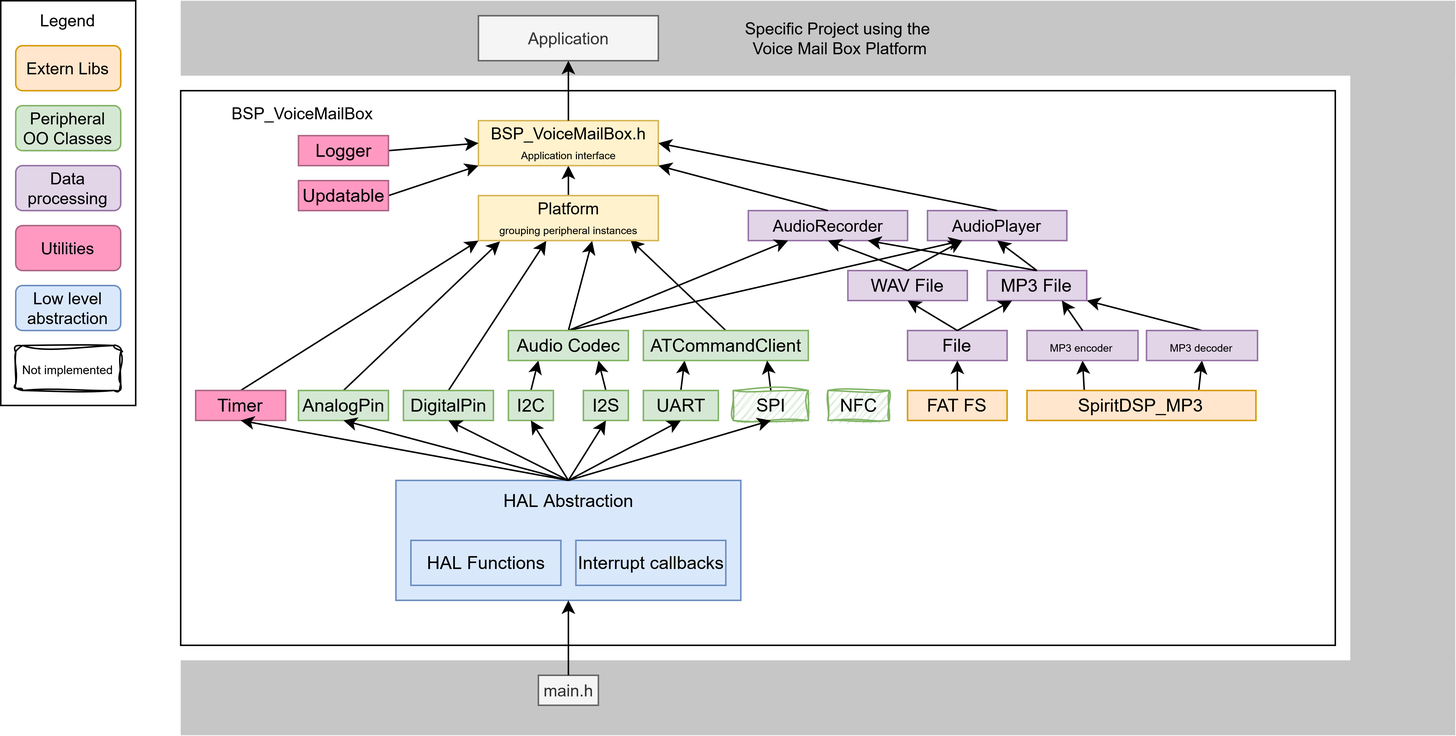
This is Software/BSP_VoiceMailBox/documentation/images/SoftwareStructureOverview.png from KROIA/Voicemail-Box, a draw.io export, as it was before one commit. Source tidied: cells renumbered, new cells last; positions are measured from the earlier drawing's top-left corner, leaving out a move shared by most shapes.
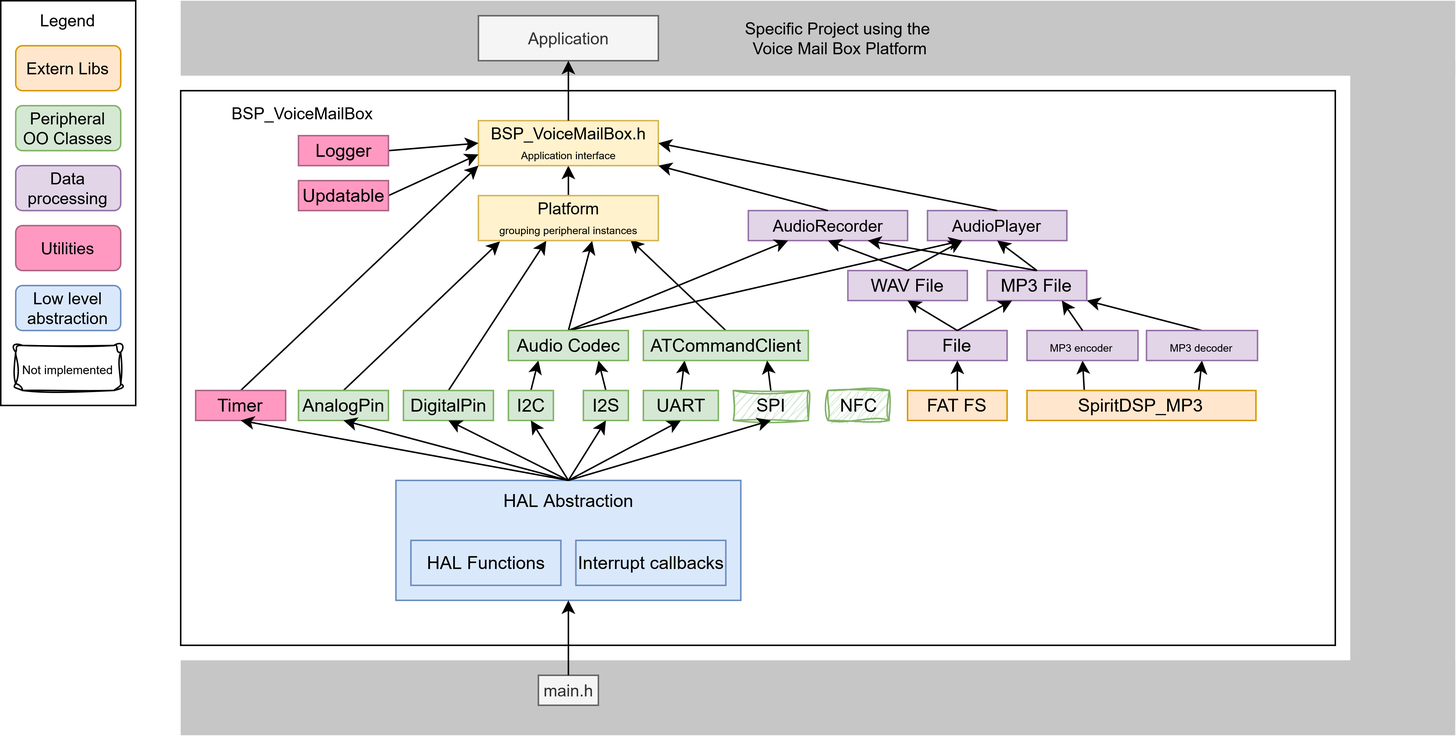
Later version of the same file.

Change to the diagram source:
```diff
@@ -194,13 +194,13 @@
     <mxCell id="65" style="edgeStyle=none;shape=connector;rounded=0;jettySize=auto;html=1;exitX=0.5;exitY=0;exitDx=0;exitDy=0;entryX=1;entryY=0.5;entryDx=0;entryDy=0;strokeColor=default;align=center;verticalAlign=middle;fontFamily=Helvetica;fontSize=11;fontColor=default;labelBackgroundColor=none;endArrow=classic;" parent="9" edge="1" source="24" target="63">
       <mxGeometry relative="1" as="geometry" />
     </mxCell>
-    <mxCell id="66" style="rounded=0;jettySize=auto;html=1;exitX=0.5;exitY=0;exitDx=0;exitDy=0;entryX=0;entryY=1;entryDx=0;entryDy=0;" parent="9" edge="1" source="67" target="62">
-      <mxGeometry relative="1" as="geometry" />
-    </mxCell>
+    <mxCell id="82" style="rounded=0;jettySize=auto;html=1;exitX=0.5;exitY=0;exitDx=0;exitDy=0;entryX=0;entryY=1;entryDx=0;entryDy=0;" parent="9" edge="1" source="67" target="63">
+      <mxGeometry relative="1" as="geometry" />
+    </mxCell>
     <mxCell id="67" value="Timer" style="rounded=0;whiteSpace=wrap;html=1;fillColor=#FF99C1;strokeColor=#AC6785;align=center;verticalAlign=middle;fontFamily=Helvetica;fontSize=12;fontColor=default;" parent="9" vertex="1">
       <mxGeometry x="10" y="200" width="60" height="20" as="geometry" />
     </mxCell>
-    <mxCell id="68" style="edgeStyle=none;shape=connector;rounded=0;jettySize=auto;html=1;exitX=1;exitY=0.5;exitDx=0;exitDy=0;entryX=0;entryY=1;entryDx=0;entryDy=0;strokeColor=default;align=center;verticalAlign=middle;fontFamily=Helvetica;fontSize=11;fontColor=default;labelBackgroundColor=default;endArrow=classic;" parent="9" edge="1" source="69" target="63">
+    <mxCell id="68" style="edgeStyle=none;shape=connector;rounded=0;jettySize=auto;html=1;exitX=1;exitY=0.5;exitDx=0;exitDy=0;entryX=0;entryY=0.75;entryDx=0;entryDy=0;strokeColor=default;align=center;verticalAlign=middle;fontFamily=Helvetica;fontSize=11;fontColor=default;labelBackgroundColor=default;endArrow=classic;" parent="9" edge="1" source="69" target="63">
       <mxGeometry relative="1" as="geometry" />
     </mxCell>
     <mxCell id="69" value="Updatable" style="rounded=0;whiteSpace=wrap;html=1;fillColor=#FF99C1;strokeColor=#AC6785;align=center;verticalAlign=middle;fontFamily=Helvetica;fontSize=12;fontColor=default;" parent="9" vertex="1">
```
